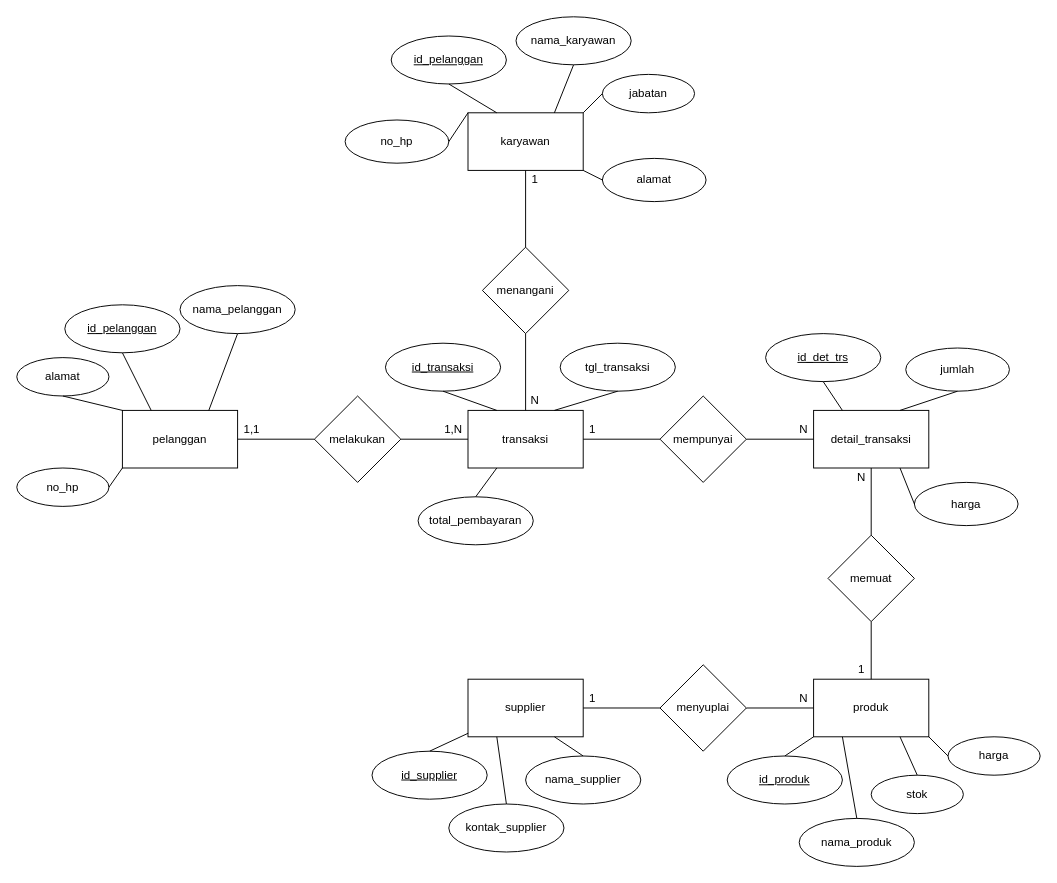
Before: ERD_Supermarket.drawio in elikawicaksana/BuildIT_BasisData, a draw.io diagram. Source tidied: cells renumbered, new cells numbered last; positions are measured from the earlier drawing's top-left corner, leaving out a move shared by most shapes. Both pictures are drawn from the tidied source at 96%, with x=0, y=0 at pixel (16, 16).
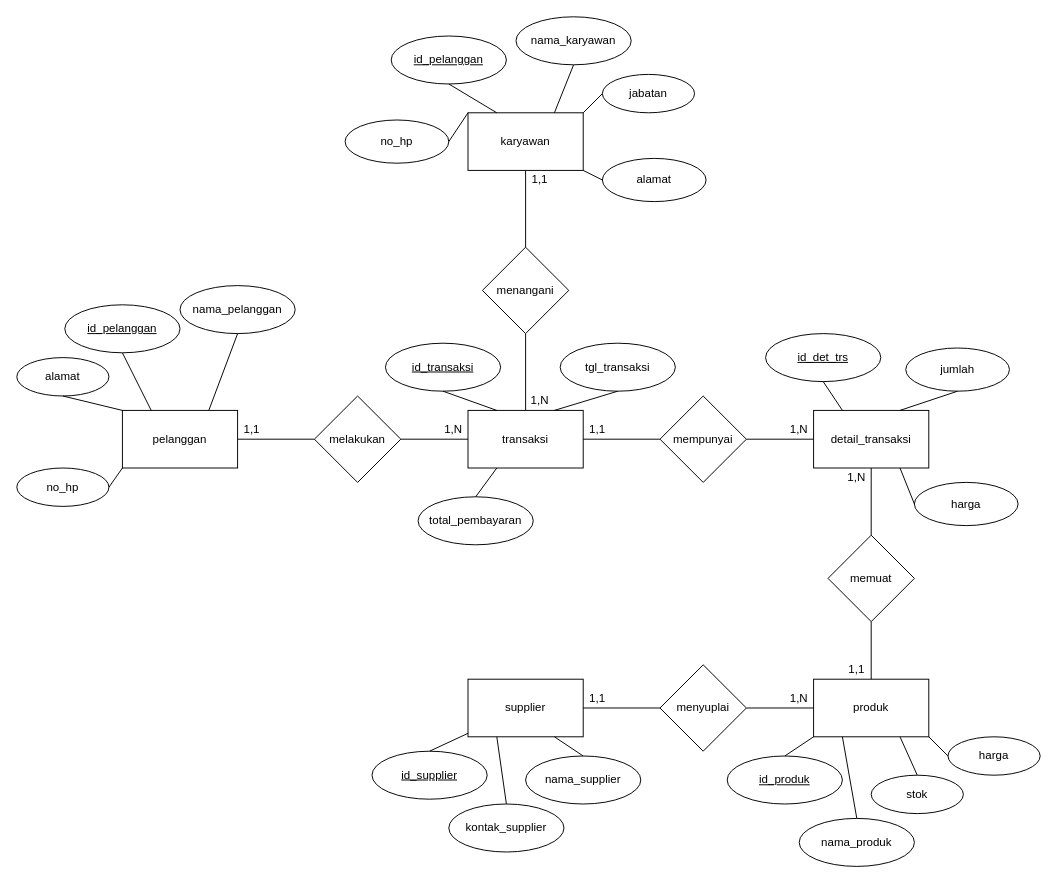
The same page after the edit.

The change refers to these unchanged cells:
```xml
<mxCell id="6" value="mempunyai" style="rhombus;whiteSpace=wrap;html=1;" parent="1" vertex="1">
  <mxGeometry x="670" y="395" width="90" height="90" as="geometry" />
</mxCell>
<mxCell id="9" value="menyuplai" style="rhombus;whiteSpace=wrap;html=1;" parent="1" vertex="1">
  <mxGeometry x="670" y="675" width="90" height="90" as="geometry" />
</mxCell>
```

What changed in the source:
```diff
@@
-    <mxCell id="20" value="1" style="text;html=1;align=center;verticalAlign=middle;whiteSpace=wrap;rounded=0;" parent="1" vertex="1">
-      <mxGeometry x="590" y="420" width="20" height="20" as="geometry" />
-    </mxCell>
-    <mxCell id="21" value="N" style="text;html=1;align=center;verticalAlign=middle;whiteSpace=wrap;rounded=0;" parent="1" vertex="1">
-      <mxGeometry x="810" y="420" width="20" height="20" as="geometry" />
-    </mxCell>
-    <mxCell id="22" value="N" style="text;html=1;align=center;verticalAlign=middle;whiteSpace=wrap;rounded=0;" parent="1" vertex="1">
-      <mxGeometry x="530" y="390" width="20" height="20" as="geometry" />
-    </mxCell>
-    <mxCell id="23" value="1" style="text;html=1;align=center;verticalAlign=middle;whiteSpace=wrap;rounded=0;" parent="1" vertex="1">
-      <mxGeometry x="530" y="160" width="20" height="20" as="geometry" />
-    </mxCell>
-    <mxCell id="24" value="N" style="text;html=1;align=center;verticalAlign=middle;whiteSpace=wrap;rounded=0;" parent="1" vertex="1">
-      <mxGeometry x="870" y="470" width="20" height="20" as="geometry" />
-    </mxCell>
-    <mxCell id="25" value="1" style="text;html=1;align=center;verticalAlign=middle;whiteSpace=wrap;rounded=0;" parent="1" vertex="1">
-      <mxGeometry x="870" y="670" width="20" height="20" as="geometry" />
-    </mxCell>
-    <mxCell id="26" value="N" style="text;html=1;align=center;verticalAlign=middle;whiteSpace=wrap;rounded=0;" parent="1" vertex="1">
-      <mxGeometry x="810" y="700" width="20" height="20" as="geometry" />
-    </mxCell>
-    <mxCell id="27" value="1" style="text;html=1;align=center;verticalAlign=middle;whiteSpace=wrap;rounded=0;" parent="1" vertex="1">
-      <mxGeometry x="590" y="700" width="20" height="20" as="geometry" />
-    </mxCell>
@@
-    <mxCell id="30" style="endArrow=none;html=1;rounded=0;exitX=1;exitY=0.5;exitDx=0;exitDy=0;entryX=1;entryY=1;entryDx=0;entryDy=0;" parent="1" edge="1" source="9" target="26">
-      <mxGeometry relative="1" as="geometry" />
+    <mxCell id="30" style="endArrow=none;html=1;rounded=0;exitX=1;exitY=0.5;exitDx=0;exitDy=0;entryX=1;entryY=1;entryDx=0;entryDy=0;" parent="1" edge="1" source="9">
+      <mxGeometry relative="1" as="geometry">
+        <mxPoint x="830" y="720" as="targetPoint" />
+      </mxGeometry>
     </mxCell>
-    <mxCell id="31" style="endArrow=none;html=1;rounded=0;exitX=1;exitY=0.5;exitDx=0;exitDy=0;entryX=1;entryY=1;entryDx=0;entryDy=0;" parent="1" edge="1" source="6" target="21">
-      <mxGeometry relative="1" as="geometry" />
+    <mxCell id="31" style="endArrow=none;html=1;rounded=0;exitX=1;exitY=0.5;exitDx=0;exitDy=0;entryX=1;entryY=1;entryDx=0;entryDy=0;" parent="1" edge="1" source="6">
+      <mxGeometry relative="1" as="geometry">
+        <mxPoint x="830" y="440" as="targetPoint" />
+      </mxGeometry>
     </mxCell>
@@
+    <mxCell id="77" value="1,1" style="text;html=1;align=center;verticalAlign=middle;whiteSpace=wrap;rounded=0;" parent="1" vertex="1">
+      <mxGeometry x="530" y="160" width="30" height="20" as="geometry" />
+    </mxCell>
+    <mxCell id="78" value="1,N" style="text;html=1;align=center;verticalAlign=middle;whiteSpace=wrap;rounded=0;" parent="1" vertex="1">
+      <mxGeometry x="530" y="390" width="30" height="20" as="geometry" />
+    </mxCell>
+    <mxCell id="79" value="1,1" style="text;html=1;align=center;verticalAlign=middle;whiteSpace=wrap;rounded=0;" parent="1" vertex="1">
+      <mxGeometry x="590" y="420" width="30" height="20" as="geometry" />
+    </mxCell>
+    <mxCell id="80" value="1,N" style="text;html=1;align=center;verticalAlign=middle;whiteSpace=wrap;rounded=0;" parent="1" vertex="1">
+      <mxGeometry x="800" y="420" width="30" height="20" as="geometry" />
+    </mxCell>
+    <mxCell id="81" value="1,N" style="text;html=1;align=center;verticalAlign=middle;whiteSpace=wrap;rounded=0;" parent="1" vertex="1">
+      <mxGeometry x="860" y="470" width="30" height="20" as="geometry" />
+    </mxCell>
+    <mxCell id="82" value="1,1" style="text;html=1;align=center;verticalAlign=middle;whiteSpace=wrap;rounded=0;" parent="1" vertex="1">
+      <mxGeometry x="860" y="670" width="30" height="20" as="geometry" />
+    </mxCell>
+    <mxCell id="83" value="1,N" style="text;html=1;align=center;verticalAlign=middle;whiteSpace=wrap;rounded=0;" parent="1" vertex="1">
+      <mxGeometry x="800" y="700" width="30" height="20" as="geometry" />
+    </mxCell>
+    <mxCell id="84" value="1,1" style="text;html=1;align=center;verticalAlign=middle;whiteSpace=wrap;rounded=0;" parent="1" vertex="1">
+      <mxGeometry x="590" y="700" width="30" height="20" as="geometry" />
+    </mxCell>
```
